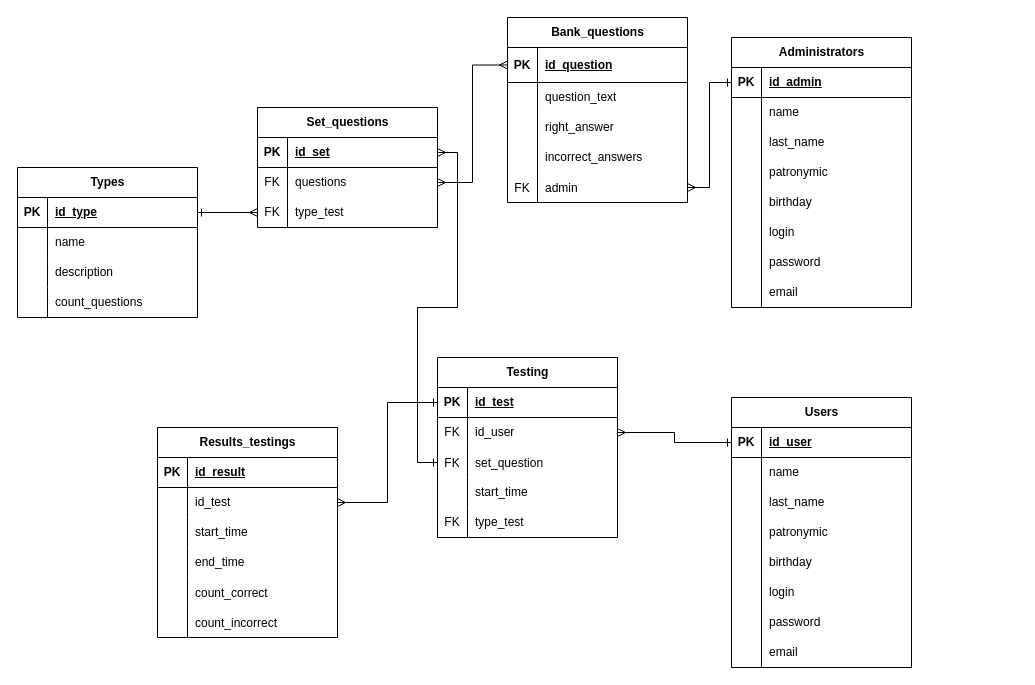
rerazin-off/WrongTurn keeps this draw.io diagram as документация/ER-диаграмма бд.drawio. Above is the earlier version. Source tidied: cells renumbered, new cells numbered last; positions are measured from the earlier drawing's top-left corner, leaving out a move shared by most shapes. Both pictures are drawn from the tidied source at 100%, with x=0, y=0 at pixel (17, 17).
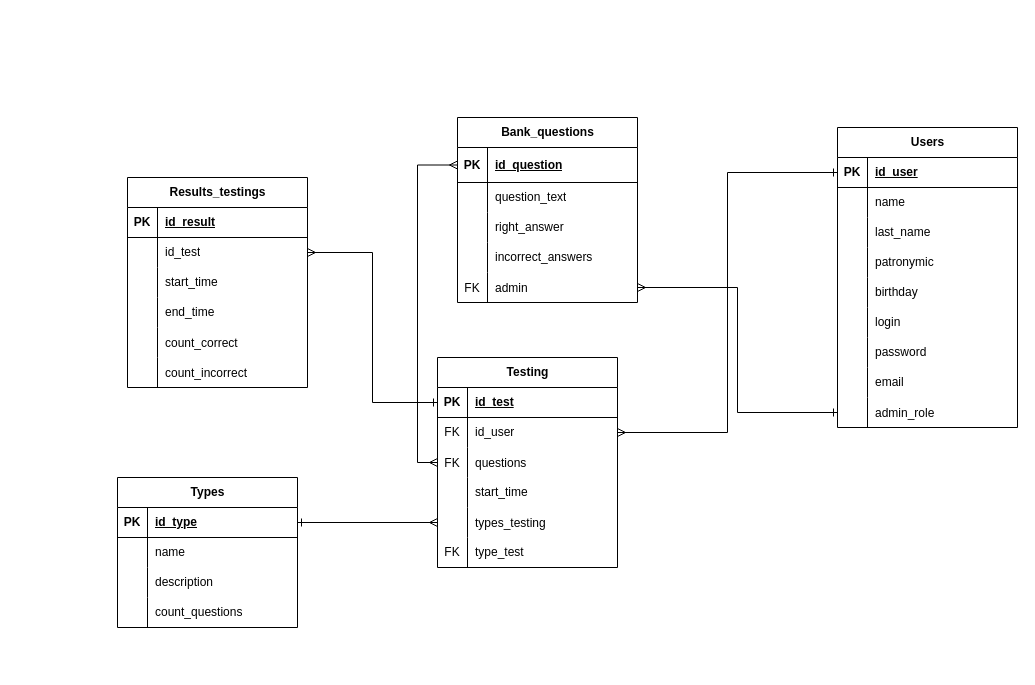
After the change.

Unchanged cells that the change refers to:
```xml
<mxCell id="28" style="shape=tableRow;horizontal=0;startSize=0;swimlaneHead=0;swimlaneBody=0;fillColor=none;points=[[0,0.5],[1,0.5]];portConstraint=eastwest;top=0;left=0;right=0;bottom=1;" parent="27" vertex="1">
  <mxGeometry y="30" width="180" height="35" as="geometry" />
</mxCell>
<mxCell id="40" style="shape=tableRow;horizontal=0;startSize=0;swimlaneHead=0;swimlaneBody=0;fillColor=none;points=[[0,0.5],[1,0.5]];portConstraint=eastwest;top=0;left=0;right=0;bottom=0;" parent="27" vertex="1">
  <mxGeometry y="155" width="180" height="30" as="geometry" />
</mxCell>
<mxCell id="69" style="shape=tableRow;horizontal=0;startSize=0;swimlaneHead=0;swimlaneBody=0;fillColor=none;points=[[0,0.5],[1,0.5]];portConstraint=eastwest;top=0;left=0;right=0;bottom=1;" parent="68" vertex="1">
  <mxGeometry y="30" width="180" height="30" as="geometry" />
</mxCell>
<mxCell id="88" style="shape=tableRow;horizontal=0;startSize=0;swimlaneHead=0;swimlaneBody=0;fillColor=none;points=[[0,0.5],[1,0.5]];portConstraint=eastwest;top=0;left=0;right=0;bottom=0;" parent="81" vertex="1">
  <mxGeometry y="90" width="180" height="30" as="geometry" />
</mxCell>
```

What changed in the source:
```diff
@@
     <mxCell id="2" value="Users" style="shape=table;startSize=30;childLayout=tableLayout;rowLines=0;fontStyle=1;align=center;html=1;" parent="1" vertex="1">
-      <mxGeometry x="714" y="380" width="180" height="270" as="geometry" />
+      <mxGeometry x="820" y="110" width="180" height="300" as="geometry" />
     </mxCell>
@@
+    <mxCell id="132" style="shape=tableRow;horizontal=0;startSize=0;swimlaneHead=0;swimlaneBody=0;fillColor=none;points=[[0,0.5],[1,0.5]];portConstraint=eastwest;top=0;left=0;right=0;bottom=0;" parent="2" vertex="1">
+      <mxGeometry y="270" width="180" height="30" as="geometry" />
+    </mxCell>
+    <mxCell id="133" style="shape=partialRectangle;fillColor=none;top=0;left=0;bottom=0;right=0;overflow=hidden;" parent="132" vertex="1">
+      <mxGeometry width="30" height="30" as="geometry" />
+    </mxCell>
+    <mxCell id="134" value="admin_role" style="shape=partialRectangle;fillColor=none;top=0;left=0;bottom=0;right=0;align=left;spacingLeft=6;overflow=hidden;" parent="132" vertex="1">
+      <mxGeometry x="30" width="150" height="30" as="geometry" />
+    </mxCell>
     <mxCell id="27" value="Bank_questions" style="shape=table;startSize=30;childLayout=tableLayout;rowLines=0;fontStyle=1;align=center;html=1;" parent="1" vertex="1">
-      <mxGeometry x="490" width="180" height="185" as="geometry" />
+      <mxGeometry x="440" y="100" width="180" height="185" as="geometry" />
     </mxCell>
@@
-    <mxCell id="43" value="Administrators" style="shape=table;startSize=30;childLayout=tableLayout;rowLines=0;fontStyle=1;align=center;html=1;" parent="1" vertex="1">
-      <mxGeometry x="714" y="20" width="180" height="270" as="geometry" />
-    </mxCell>
-    <mxCell id="44" style="shape=tableRow;horizontal=0;startSize=0;swimlaneHead=0;swimlaneBody=0;fillColor=none;points=[[0,0.5],[1,0.5]];portConstraint=eastwest;top=0;left=0;right=0;bottom=1;" parent="43" vertex="1">
-      <mxGeometry y="30" width="180" height="30" as="geometry" />
-    </mxCell>
-    <mxCell id="45" value="PK" style="shape=partialRectangle;fillColor=none;top=0;left=0;bottom=0;right=0;fontStyle=1;overflow=hidden;whiteSpace=wrap;html=1;" parent="44" vertex="1">
-      <mxGeometry width="30" height="30" as="geometry" />
-    </mxCell>
-    <mxCell id="46" value="id_admin" style="shape=partialRectangle;fillColor=none;top=0;left=0;bottom=0;right=0;align=left;spacingLeft=6;fontStyle=5;overflow=hidden;whiteSpace=wrap;html=1;" parent="44" vertex="1">
-      <mxGeometry x="30" width="150" height="30" as="geometry" />
-    </mxCell>
-    <mxCell id="47" style="shape=tableRow;horizontal=0;startSize=0;swimlaneHead=0;swimlaneBody=0;fillColor=none;top=0;left=0;right=0;bottom=0;" parent="43" vertex="1">
-      <mxGeometry y="60" width="180" height="30" as="geometry" />
-    </mxCell>
-    <mxCell id="48" style="shape=partialRectangle;fillColor=none;top=0;left=0;bottom=0;right=0;overflow=hidden;whiteSpace=wrap;html=1;" parent="47" vertex="1">
-      <mxGeometry width="30" height="30" as="geometry" />
-    </mxCell>
-    <mxCell id="49" value="name" style="shape=partialRectangle;fillColor=none;top=0;left=0;bottom=0;right=0;align=left;spacingLeft=6;overflow=hidden;whiteSpace=wrap;html=1;" parent="47" vertex="1">
-      <mxGeometry x="30" width="150" height="30" as="geometry" />
-    </mxCell>
-    <mxCell id="50" style="shape=tableRow;horizontal=0;startSize=0;swimlaneHead=0;swimlaneBody=0;fillColor=none;top=0;left=0;right=0;bottom=0;" parent="43" vertex="1">
-      <mxGeometry y="90" width="180" height="30" as="geometry" />
-    </mxCell>
-    <mxCell id="51" style="shape=partialRectangle;fillColor=none;top=0;left=0;bottom=0;right=0;overflow=hidden;whiteSpace=wrap;html=1;" parent="50" vertex="1">
-      <mxGeometry width="30" height="30" as="geometry" />
-    </mxCell>
-    <mxCell id="52" value="last_name" style="shape=partialRectangle;fillColor=none;top=0;left=0;bottom=0;right=0;align=left;spacingLeft=6;overflow=hidden;whiteSpace=wrap;html=1;" parent="50" vertex="1">
-      <mxGeometry x="30" width="150" height="30" as="geometry" />
-    </mxCell>
-    <mxCell id="53" style="shape=tableRow;horizontal=0;startSize=0;swimlaneHead=0;swimlaneBody=0;fillColor=none;top=0;left=0;right=0;bottom=0;" parent="43" vertex="1">
-      <mxGeometry y="120" width="180" height="30" as="geometry" />
-    </mxCell>
-    <mxCell id="54" style="shape=partialRectangle;fillColor=none;top=0;left=0;bottom=0;right=0;overflow=hidden;whiteSpace=wrap;html=1;" parent="53" vertex="1">
-      <mxGeometry width="30" height="30" as="geometry" />
-    </mxCell>
-    <mxCell id="55" value="patronymic" style="shape=partialRectangle;fillColor=none;top=0;left=0;bottom=0;right=0;align=left;spacingLeft=6;overflow=hidden;whiteSpace=wrap;html=1;" parent="53" vertex="1">
-      <mxGeometry x="30" width="150" height="30" as="geometry" />
-    </mxCell>
-    <mxCell id="56" style="shape=tableRow;horizontal=0;startSize=0;swimlaneHead=0;swimlaneBody=0;fillColor=none;points=[[0,0.5],[1,0.5]];portConstraint=eastwest;top=0;left=0;right=0;bottom=0;" parent="43" vertex="1">
-      <mxGeometry y="150" width="180" height="30" as="geometry" />
-    </mxCell>
-    <mxCell id="57" style="shape=partialRectangle;fillColor=none;top=0;left=0;bottom=0;right=0;fontStyle=0;overflow=hidden;whiteSpace=wrap;html=1;" parent="56" vertex="1">
-      <mxGeometry width="30" height="30" as="geometry" />
-    </mxCell>
-    <mxCell id="58" value="birthday" style="shape=partialRectangle;fillColor=none;top=0;left=0;bottom=0;right=0;align=left;spacingLeft=6;fontStyle=0;overflow=hidden;whiteSpace=wrap;html=1;" parent="56" vertex="1">
-      <mxGeometry x="30" width="150" height="30" as="geometry" />
-    </mxCell>
-    <mxCell id="59" style="shape=tableRow;horizontal=0;startSize=0;swimlaneHead=0;swimlaneBody=0;fillColor=none;top=0;left=0;right=0;bottom=0;" parent="43" vertex="1">
-      <mxGeometry y="180" width="180" height="30" as="geometry" />
-    </mxCell>
-    <mxCell id="60" style="shape=partialRectangle;fillColor=none;top=0;left=0;bottom=0;right=0;fontStyle=0;overflow=hidden;whiteSpace=wrap;html=1;" parent="59" vertex="1">
-      <mxGeometry width="30" height="30" as="geometry" />
-    </mxCell>
-    <mxCell id="61" value="login" style="shape=partialRectangle;fillColor=none;top=0;left=0;bottom=0;right=0;align=left;spacingLeft=6;fontStyle=0;overflow=hidden;whiteSpace=wrap;html=1;" parent="59" vertex="1">
-      <mxGeometry x="30" width="150" height="30" as="geometry" />
-    </mxCell>
-    <mxCell id="62" style="shape=tableRow;horizontal=0;startSize=0;swimlaneHead=0;swimlaneBody=0;fillColor=none;top=0;left=0;right=0;bottom=0;" parent="43" vertex="1">
-      <mxGeometry y="210" width="180" height="30" as="geometry" />
-    </mxCell>
-    <mxCell id="63" style="shape=partialRectangle;fillColor=none;top=0;left=0;bottom=0;right=0;fontStyle=0;overflow=hidden;whiteSpace=wrap;html=1;" parent="62" vertex="1">
-      <mxGeometry width="30" height="30" as="geometry" />
-    </mxCell>
-    <mxCell id="64" value="password" style="shape=partialRectangle;fillColor=none;top=0;left=0;bottom=0;right=0;align=left;spacingLeft=6;fontStyle=0;overflow=hidden;whiteSpace=wrap;html=1;" parent="62" vertex="1">
-      <mxGeometry x="30" width="150" height="30" as="geometry" />
-    </mxCell>
-    <mxCell id="65" style="shape=tableRow;horizontal=0;startSize=0;swimlaneHead=0;swimlaneBody=0;fillColor=none;top=0;left=0;right=0;bottom=0;" parent="43" vertex="1">
-      <mxGeometry y="240" width="180" height="30" as="geometry" />
-    </mxCell>
-    <mxCell id="66" style="shape=partialRectangle;fillColor=none;top=0;left=0;bottom=0;right=0;fontStyle=0;overflow=hidden;whiteSpace=wrap;html=1;" parent="65" vertex="1">
-      <mxGeometry width="30" height="30" as="geometry" />
-    </mxCell>
-    <mxCell id="67" value="email" style="shape=partialRectangle;fillColor=none;top=0;left=0;bottom=0;right=0;align=left;spacingLeft=6;fontStyle=0;overflow=hidden;whiteSpace=wrap;html=1;" parent="65" vertex="1">
-      <mxGeometry x="30" width="150" height="30" as="geometry" />
-    </mxCell>
     <mxCell id="68" value="Types" style="shape=table;startSize=30;childLayout=tableLayout;rowLines=0;fontStyle=1;align=center;html=1;" parent="1" vertex="1">
-      <mxGeometry y="150" width="180" height="150" as="geometry" />
+      <mxGeometry x="100" y="460" width="180" height="150" as="geometry" />
     </mxCell>
@@
     <mxCell id="81" value="Testing" style="shape=table;startSize=30;childLayout=tableLayout;rowLines=0;fontStyle=1;align=center;html=1;" parent="1" vertex="1">
-      <mxGeometry x="420" y="340" width="180" height="180" as="geometry" />
+      <mxGeometry x="420" y="340" width="180" height="210" as="geometry" />
     </mxCell>
@@
-    <mxCell id="90" value="set_question" style="shape=partialRectangle;fillColor=none;top=0;left=0;bottom=0;right=0;align=left;spacingLeft=6;overflow=hidden;" parent="88" vertex="1">
+    <mxCell id="90" value="questions" style="shape=partialRectangle;fillColor=none;top=0;left=0;bottom=0;right=0;align=left;spacingLeft=6;overflow=hidden;" parent="88" vertex="1">
       <mxGeometry x="30" width="150" height="30" as="geometry" />
     </mxCell>
@@
+    <mxCell id="56" style="shape=tableRow;horizontal=0;startSize=0;swimlaneHead=0;swimlaneBody=0;fillColor=none;points=[[0,0.5],[1,0.5]];portConstraint=eastwest;top=0;left=0;right=0;bottom=0;" parent="81" vertex="1">
+      <mxGeometry y="150" width="180" height="30" as="geometry" />
+    </mxCell>
+    <mxCell id="135" style="shape=partialRectangle;fillColor=none;top=0;left=0;bottom=0;right=0;overflow=hidden;" parent="56" vertex="1">
+      <mxGeometry width="30" height="30" as="geometry" />
+    </mxCell>
+    <mxCell id="136" value="types_testing" style="shape=partialRectangle;fillColor=none;top=0;left=0;bottom=0;right=0;align=left;spacingLeft=6;overflow=hidden;" parent="56" vertex="1">
+      <mxGeometry x="30" width="150" height="30" as="geometry" />
+    </mxCell>
     <mxCell id="94" style="shape=tableRow;horizontal=0;startSize=0;swimlaneHead=0;swimlaneBody=0;fillColor=none;top=0;left=0;right=0;bottom=0;" parent="81" vertex="1">
-      <mxGeometry y="150" width="180" height="30" as="geometry" />
+      <mxGeometry y="180" width="180" height="30" as="geometry" />
     </mxCell>
@@
-    <mxCell id="97" value="Set_questions" style="shape=table;startSize=30;childLayout=tableLayout;rowLines=0;fontStyle=1;align=center;html=1;" parent="1" vertex="1">
-      <mxGeometry x="240" y="90" width="180" height="120" as="geometry" />
-    </mxCell>
-    <mxCell id="98" style="shape=tableRow;horizontal=0;startSize=0;swimlaneHead=0;swimlaneBody=0;fillColor=none;points=[[0,0.5],[1,0.5]];portConstraint=eastwest;top=0;left=0;right=0;bottom=1;" parent="97" vertex="1">
-      <mxGeometry y="30" width="180" height="30" as="geometry" />
-    </mxCell>
-    <mxCell id="99" value="PK" style="shape=partialRectangle;fillColor=none;top=0;left=0;bottom=0;right=0;fontStyle=1;overflow=hidden;whiteSpace=wrap;html=1;" parent="98" vertex="1">
-      <mxGeometry width="30" height="30" as="geometry" />
-    </mxCell>
-    <mxCell id="100" value="id_set" style="shape=partialRectangle;fillColor=none;top=0;left=0;bottom=0;right=0;align=left;spacingLeft=6;fontStyle=5;overflow=hidden;whiteSpace=wrap;html=1;" parent="98" vertex="1">
-      <mxGeometry x="30" width="150" height="30" as="geometry" />
-    </mxCell>
-    <mxCell id="101" style="shape=tableRow;horizontal=0;startSize=0;swimlaneHead=0;swimlaneBody=0;fillColor=none;points=[[0,0.5],[1,0.5]];portConstraint=eastwest;top=0;left=0;right=0;bottom=0;" parent="97" vertex="1">
-      <mxGeometry y="60" width="180" height="30" as="geometry" />
-    </mxCell>
-    <mxCell id="102" value="FK" style="shape=partialRectangle;fillColor=none;top=0;left=0;bottom=0;right=0;overflow=hidden;whiteSpace=wrap;html=1;" parent="101" vertex="1">
-      <mxGeometry width="30" height="30" as="geometry" />
-    </mxCell>
-    <mxCell id="103" value="questions" style="shape=partialRectangle;fillColor=none;top=0;left=0;bottom=0;right=0;align=left;spacingLeft=6;overflow=hidden;whiteSpace=wrap;html=1;" parent="101" vertex="1">
-      <mxGeometry x="30" width="150" height="30" as="geometry" />
-    </mxCell>
-    <mxCell id="104" style="shape=tableRow;horizontal=0;startSize=0;swimlaneHead=0;swimlaneBody=0;fillColor=none;points=[[0,0.5],[1,0.5]];portConstraint=eastwest;top=0;left=0;right=0;bottom=0;" parent="97" vertex="1">
-      <mxGeometry y="90" width="180" height="30" as="geometry" />
-    </mxCell>
-    <mxCell id="105" value="FK" style="shape=partialRectangle;fillColor=none;top=0;left=0;bottom=0;right=0;overflow=hidden;whiteSpace=wrap;html=1;" parent="104" vertex="1">
-      <mxGeometry width="30" height="30" as="geometry" />
-    </mxCell>
-    <mxCell id="106" value="type_test" style="shape=partialRectangle;fillColor=none;top=0;left=0;bottom=0;right=0;align=left;spacingLeft=6;overflow=hidden;whiteSpace=wrap;html=1;" parent="104" vertex="1">
-      <mxGeometry x="30" width="150" height="30" as="geometry" />
-    </mxCell>
-    <mxCell id="107" style="edgeStyle=orthogonalEdgeStyle;rounded=0;jettySize=auto;html=1;entryX=0;entryY=0.5;entryDx=0;entryDy=0;startArrow=ERone;startFill=0;endArrow=ERmany;endFill=0;" parent="1" edge="1" source="69" target="104">
+    <mxCell id="107" style="edgeStyle=orthogonalEdgeStyle;rounded=0;jettySize=auto;html=1;startArrow=ERone;startFill=0;endArrow=ERmany;endFill=0;entryX=0;entryY=0.5;entryDx=0;entryDy=0;" parent="1" edge="1" source="69" target="56">
       <mxGeometry relative="1" as="geometry" />
     </mxCell>
-    <mxCell id="108" style="edgeStyle=orthogonalEdgeStyle;rounded=0;jettySize=auto;html=1;entryX=1;entryY=0.5;entryDx=0;entryDy=0;endArrow=ERmany;endFill=0;startArrow=ERmany;startFill=0;" parent="1" edge="1" source="28" target="101">
-      <mxGeometry relative="1" as="geometry" />
-    </mxCell>
-    <mxCell id="109" style="edgeStyle=orthogonalEdgeStyle;rounded=0;jettySize=auto;html=1;entryX=0;entryY=0.5;entryDx=0;entryDy=0;startArrow=ERmany;startFill=0;endArrow=ERone;endFill=0;" parent="1" edge="1" source="98" target="88">
+    <mxCell id="109" style="edgeStyle=orthogonalEdgeStyle;rounded=0;jettySize=auto;html=1;entryX=0;entryY=0.5;entryDx=0;entryDy=0;startArrow=ERmany;startFill=0;endArrow=ERmany;endFill=0;exitX=0;exitY=0.5;exitDx=0;exitDy=0;" parent="1" edge="1" source="28" target="88">
       <mxGeometry relative="1" as="geometry" />
     </mxCell>
@@
-    <mxCell id="111" style="edgeStyle=orthogonalEdgeStyle;rounded=0;jettySize=auto;html=1;entryX=1;entryY=0.5;entryDx=0;entryDy=0;endArrow=ERmany;endFill=0;startArrow=ERone;startFill=0;" parent="1" edge="1" source="44" target="40">
+    <mxCell id="111" style="edgeStyle=orthogonalEdgeStyle;rounded=0;jettySize=auto;html=1;entryX=1;entryY=0.5;entryDx=0;entryDy=0;endArrow=ERmany;endFill=0;startArrow=ERone;startFill=0;exitX=0;exitY=0.5;exitDx=0;exitDy=0;" parent="1" edge="1" source="132" target="40">
       <mxGeometry relative="1" as="geometry" />
     </mxCell>
     <mxCell id="112" value="Results_testings" style="shape=table;startSize=30;childLayout=tableLayout;rowLines=0;fontStyle=1;align=center;html=1;" parent="1" vertex="1">
-      <mxGeometry x="140" y="410" width="180" height="210" as="geometry" />
+      <mxGeometry x="110" y="160" width="180" height="210" as="geometry" />
     </mxCell>
```
